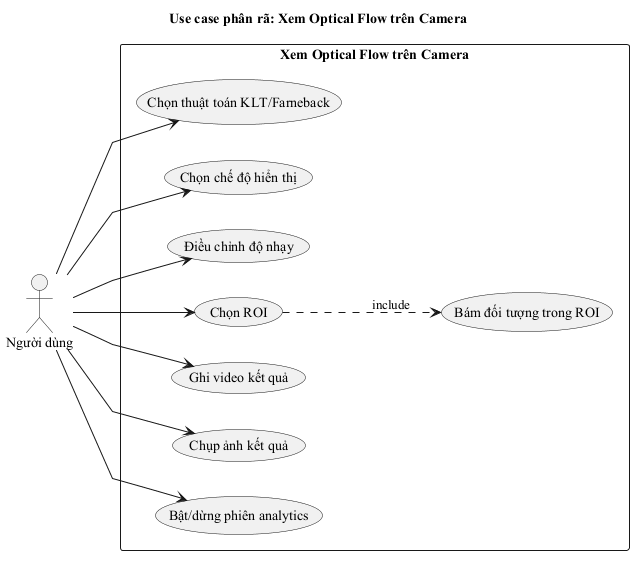
Before: figures/usecase_camera_optical_flow.png, a diagram exported from PlantUML (thanhmobile080604/My-Thesis-Latex).
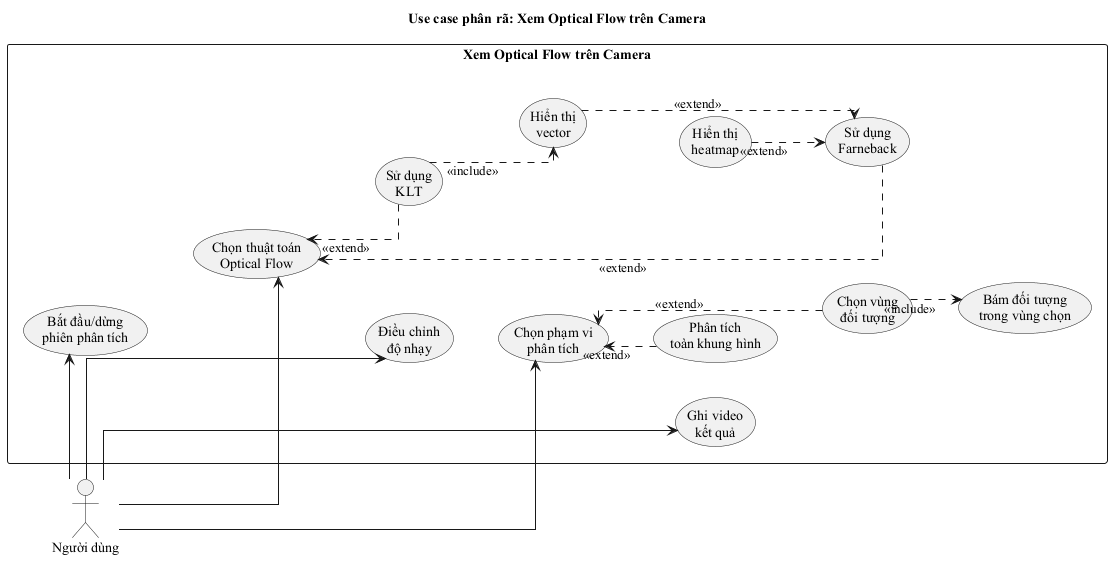
The same diagram one commit later.

Diff of the diagram source:
```diff
@@ -1,28 +1,65 @@
 @startuml usecase_camera_optical_flow
 skinparam defaultFontName "Times New Roman"
-skinparam linetype polyline
 left to right direction
+skinparam packageStyle rectangle
+skinparam linetype ortho
+skinparam nodesep 35
+skinparam ranksep 45
 title Use case phân rã: Xem Optical Flow trên Camera
 
 actor "Người dùng" as User
 
 rectangle "Xem Optical Flow trên Camera" {
-  usecase "Chọn thuật toán KLT/Farneback" as U1
-  usecase "Chọn chế độ hiển thị" as U2
-  usecase "Điều chỉnh độ nhạy" as U3
-  usecase "Chọn ROI" as U4
-  usecase "Bám đối tượng trong ROI" as U5
-  usecase "Ghi video kết quả" as U6
-  usecase "Chụp ảnh kết quả" as U7
-  usecase "Bật/dừng phiên analytics" as U8
+
+  usecase "Bắt đầu/dừng\nphiên phân tích" as UC_StartStop
+
+  usecase "Chọn thuật toán\nOptical Flow" as UC_Algorithm
+  usecase "Sử dụng\nKLT" as UC_KLT
+  usecase "Sử dụng\nFarneback" as UC_FB
+
+  usecase "Hiển thị\nvector" as UC_Vector
+  usecase "Hiển thị\nheatmap" as UC_Heatmap
+
+  usecase "Điều chỉnh\nđộ nhạy" as UC_Sensitivity
+
+  usecase "Chọn phạm vi\nphân tích" as UC_Target
+  usecase "Phân tích\ntoàn khung hình" as UC_Full
+  usecase "Chọn vùng\nđối tượng" as UC_SelectObject
+  usecase "Bám đối tượng\ntrong vùng chọn" as UC_Track
+
+  usecase "Ghi video\nkết quả" as UC_Record
+
+  UC_StartStop -[hidden]down- UC_Algorithm
+  UC_Algorithm -[hidden]down- UC_Sensitivity
+  UC_Sensitivity -[hidden]down- UC_Target
+  UC_Target -[hidden]down- UC_Record
+
+  UC_Algorithm -[hidden]right- UC_KLT
+  UC_KLT -[hidden]down- UC_FB
+
+  UC_FB -[hidden]right- UC_Vector
+  UC_Vector -[hidden]down- UC_Heatmap
+
+  UC_Target -[hidden]right- UC_Full
+  UC_Full -[hidden]down- UC_SelectObject
+  UC_SelectObject -[hidden]down- UC_Track
 }
 
-User --> U1
-User --> U2
-User --> U3
-User --> U4
-User --> U6
-User --> U7
-User --> U8
-U4 ..> U5 : include
+User -right-> UC_StartStop
+User -right-> UC_Algorithm
+User -right-> UC_Sensitivity
+User -right-> UC_Target
+User -right-> UC_Record
+
+UC_KLT ..> UC_Algorithm : <<extend>>
+UC_FB ..> UC_Algorithm : <<extend>>
+
+UC_KLT ..> UC_Vector : <<include>>
+UC_Vector ..> UC_FB : <<extend>>
+UC_Heatmap ..> UC_FB : <<extend>>
+
+UC_Full ..> UC_Target : <<extend>>
+UC_SelectObject ..> UC_Target : <<extend>>
+UC_SelectObject ..> UC_Track : <<include>>
+
 @enduml
```
